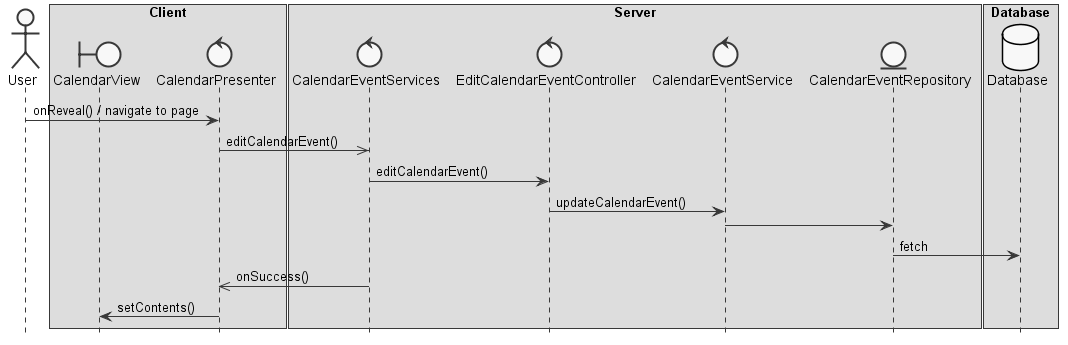
Above: docs/blue/1150372/sp2/design3.png in Fuel4us/EventManagingApp (PlantUML), before the change. The source it was exported from:
```plantuml
@startuml  design3

skinparam monochrome true
skinparam shadowing false
hide footbox

actor User
boundary CalendarView
control CalendarPresenter
control CalendarEventServices
control EditCalendarEventController
control CalendarEventService
entity CalendarEventRepository
database Database

box "Client"
participant CalendarView
participant CalendarPresenter
end box

box "Server"
participant CalendarEventServices
participant EditCalendarEventController
participant CalendarEventService
participant CalendarEventRepository
end box

box "Database"
participant Database
end box

User -> CalendarPresenter : onReveal() / navigate to page
CalendarPresenter ->> CalendarEventServices : editCalendarEvent()
CalendarEventServices -> EditCalendarEventController : editCalendarEvent()
EditCalendarEventController -> CalendarEventService : updateCalendarEvent()
CalendarEventService -> CalendarEventRepository :
CalendarEventRepository -> Database : fetch
CalendarEventServices ->> CalendarPresenter : onSuccess()
CalendarPresenter -> CalendarView : setContents()

@enduml
```
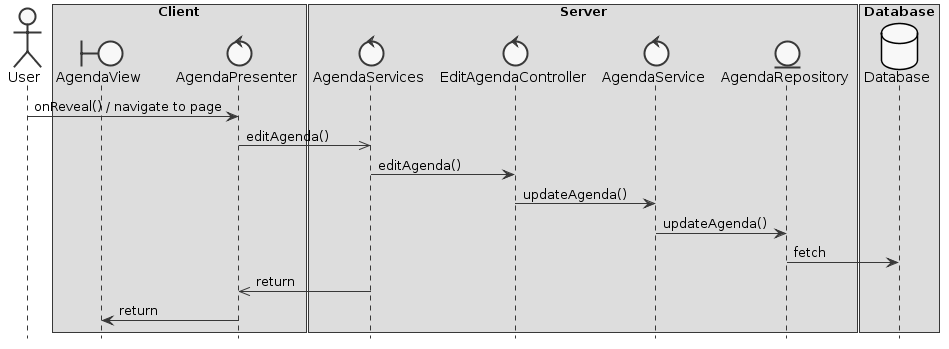
The same diagram one commit later.

Change to the diagram source:
```diff
@@ -1,41 +1,39 @@
-@startuml  design3
-
+@startuml
 skinparam monochrome true
 skinparam shadowing false
 hide footbox
 
 actor User
-boundary CalendarView
-control CalendarPresenter
-control CalendarEventServices
-control EditCalendarEventController
-control CalendarEventService
-entity CalendarEventRepository
+boundary AgendaView
+control AgendaPresenter
+control AgendaServices
+control EditAgendaController
+control AgendaService
+entity AgendaRepository
 database Database
 
 box "Client"
-participant CalendarView
-participant CalendarPresenter
+participant AgendaView
+participant AgendaPresenter
 end box
 
 box "Server"
-participant CalendarEventServices
-participant EditCalendarEventController
-participant CalendarEventService
-participant CalendarEventRepository
+participant AgendaServices
+participant EditAgendaController
+participant AgendaService
+participant AgendaRepository
 end box
 
 box "Database"
 participant Database
 end box
 
-User -> CalendarPresenter : onReveal() / navigate to page
-CalendarPresenter ->> CalendarEventServices : editCalendarEvent()
-CalendarEventServices -> EditCalendarEventController : editCalendarEvent()
-EditCalendarEventController -> CalendarEventService : updateCalendarEvent()
-CalendarEventService -> CalendarEventRepository :
-CalendarEventRepository -> Database : fetch
-CalendarEventServices ->> CalendarPresenter : onSuccess()
-CalendarPresenter -> CalendarView : setContents()
-
+User -> AgendaPresenter : onReveal() / navigate to page
+AgendaPresenter ->> AgendaServices : editAgenda()
+AgendaServices -> EditAgendaController : editAgenda()
+EditAgendaController -> AgendaService : updateAgenda()
+AgendaService -> AgendaRepository : updateAgenda()
+AgendaRepository -> Database : fetch
+AgendaServices ->> AgendaPresenter : return
+AgendaPresenter -> AgendaView : return
 @enduml
```
